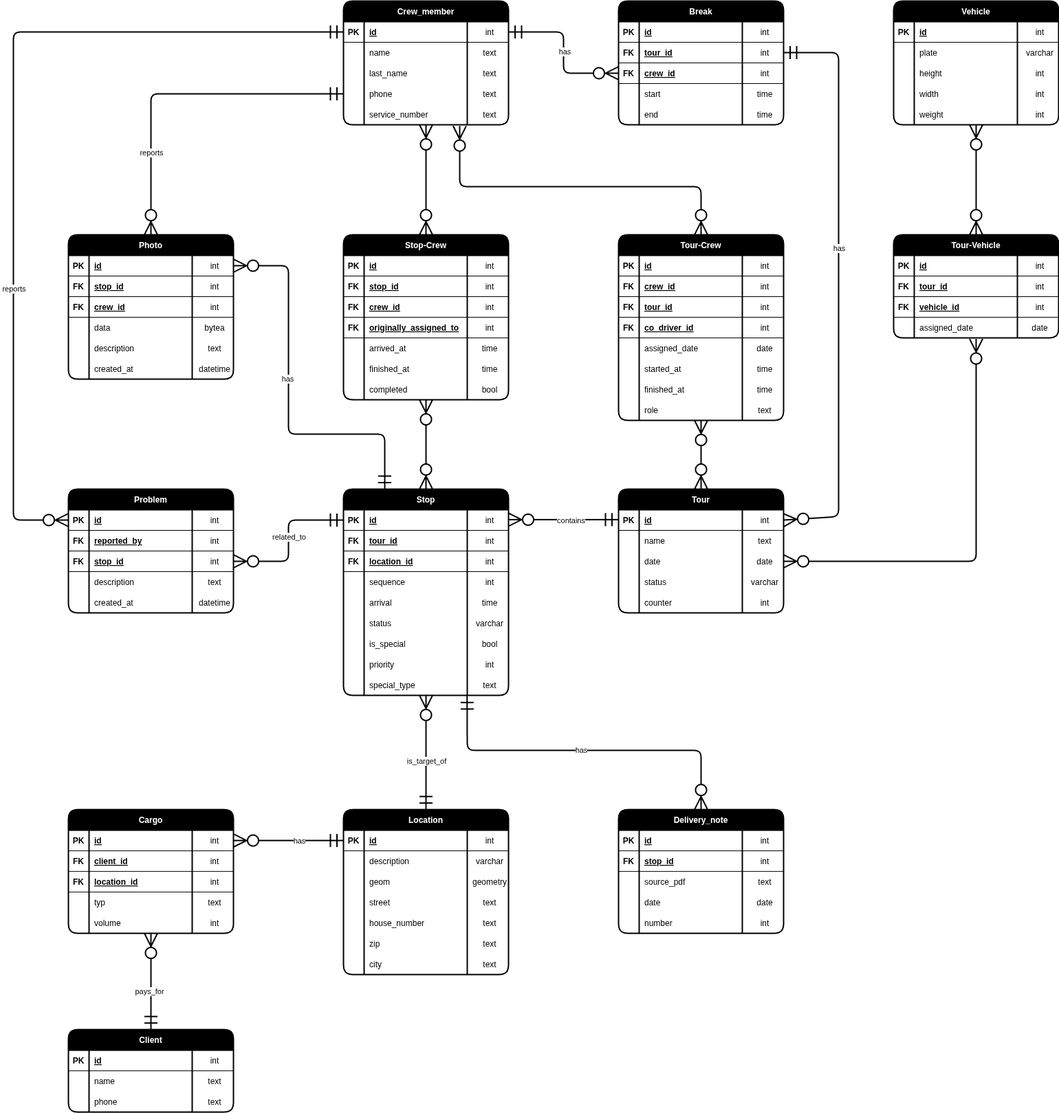
gabrielbindi/VoBi-Tour keeps this draw.io diagram as docs/database/erd.png. Above is the earlier version. Source tidied: cells renumbered, new cells last; positions are measured from the earlier drawing's top-left corner, leaving out a move shared by most shapes.
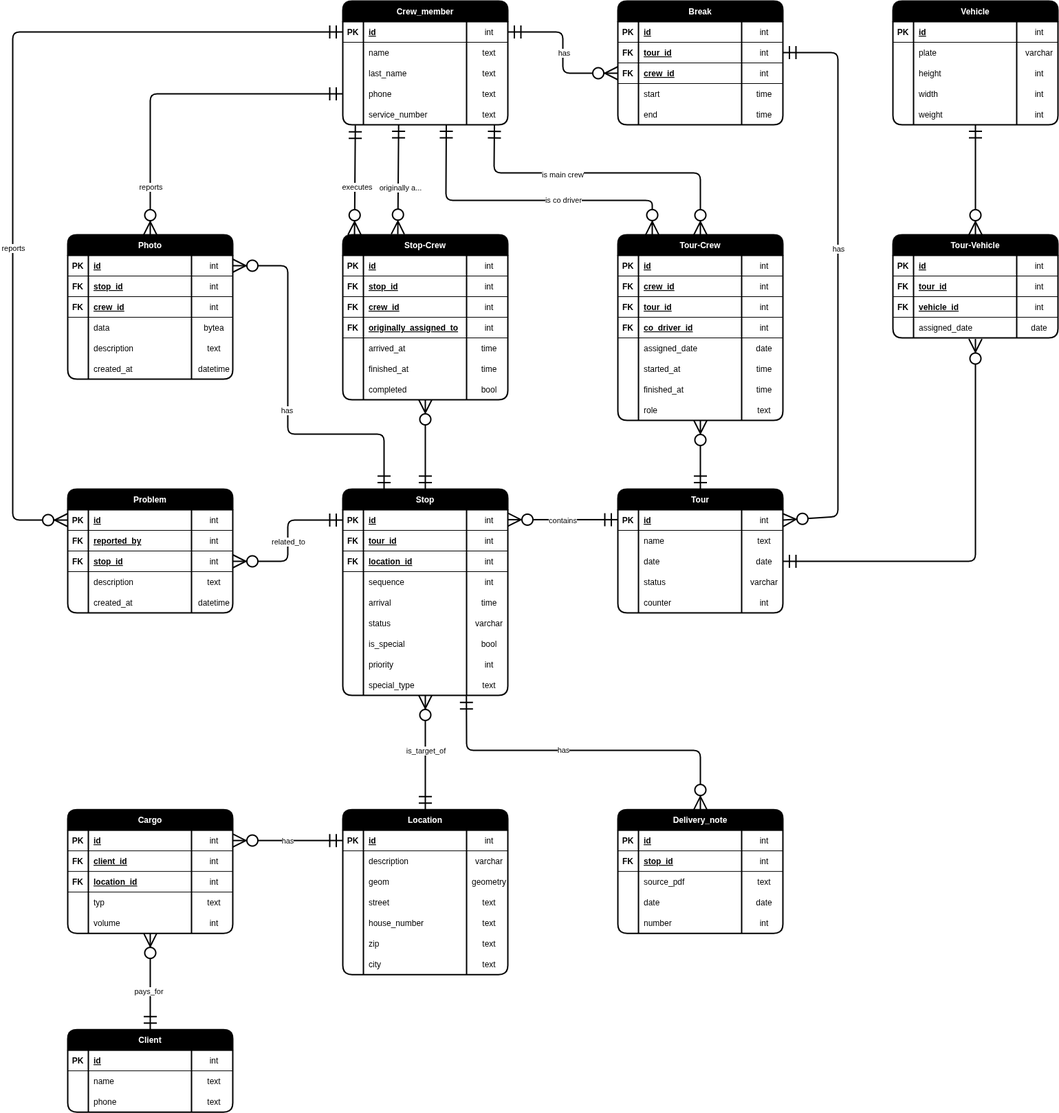
Above is the later version.

Diff of the diagram source:
```diff
@@ -264,7 +264,7 @@
     </mxCell>
     <mxCell id="87" value="reports" style="edgeLabel;html=1;align=center;verticalAlign=middle;" parent="86" vertex="1">
       <mxGeometry x="-0.13" y="1" relative="1" as="geometry">
-        <mxPoint x="-1" y="299" as="offset" />
+        <mxPoint x="-1" y="241" as="offset" />
       </mxGeometry>
     </mxCell>
     <mxCell id="88" value="Vehicle" style="shape=table;startSize=30;rowLines=0;fontStyle=1;align=center;swimlaneFillColor=none;fillColor=#000000;fontColor=#FFFFFF;strokeWidth=2;rounded=1;" parent="1" vertex="1">
@@ -560,7 +560,7 @@
     </mxCell>
     <mxCell id="185" value="has" style="edgeLabel;html=1;align=center;verticalAlign=middle;" parent="184" vertex="1">
       <mxGeometry x="-0.13" y="1" relative="1" as="geometry">
-        <mxPoint x="5" y="-1" as="offset" />
+        <mxPoint x="-11" y="-1" as="offset" />
       </mxGeometry>
     </mxCell>
     <mxCell id="186" value="Client" style="shape=table;startSize=30;rowLines=0;fontStyle=1;align=center;swimlaneFillColor=none;fillColor=#000000;fontColor=#FFFFFF;strokeWidth=2;rounded=1;" parent="1" vertex="1">
@@ -726,7 +726,7 @@
     </mxCell>
     <mxCell id="239" value="is_target_of" style="edgeLabel;html=1;align=center;verticalAlign=middle;" parent="238" vertex="1">
       <mxGeometry x="-0.13" y="1" relative="1" as="geometry">
-        <mxPoint x="1" y="1" as="offset" />
+        <mxPoint x="1" y="-14" as="offset" />
       </mxGeometry>
     </mxCell>
     <mxCell id="240" style="fontSize=12;html=1;endArrow=ERzeroToMany;startArrow=ERmandOne;entryX=1;entryY=0.5;entryDx=0;entryDy=0;endSize=16;startSize=16;targetPerimeterSpacing=0;strokeWidth=2;exitX=0;exitY=0.5;exitDx=0;exitDy=0;" parent="1" edge="1" source="202" target="74">
@@ -739,7 +739,7 @@
     </mxCell>
     <mxCell id="241" value="related_to" style="edgeLabel;html=1;align=center;verticalAlign=middle;" parent="240" vertex="1">
       <mxGeometry x="-0.13" y="1" relative="1" as="geometry">
-        <mxPoint x="-1" y="8" as="offset" />
+        <mxPoint x="-1" y="14" as="offset" />
       </mxGeometry>
     </mxCell>
     <mxCell id="242" value="Delivery_note" style="shape=table;startSize=30;rowLines=0;fontStyle=1;align=center;swimlaneFillColor=none;fillColor=#000000;fontColor=#FFFFFF;strokeWidth=2;rounded=1;" parent="1" vertex="1">
@@ -815,7 +815,7 @@
     </mxCell>
     <mxCell id="264" value="has" style="edgeLabel;html=1;align=center;verticalAlign=middle;" parent="263" vertex="1">
       <mxGeometry x="-0.13" y="1" relative="1" as="geometry">
-        <mxPoint x="24" as="offset" />
+        <mxPoint x="-1" as="offset" />
       </mxGeometry>
     </mxCell>
     <mxCell id="265" style="fontSize=12;html=1;endArrow=ERzeroToMany;startArrow=ERmandOne;entryX=1;entryY=0.5;entryDx=0;entryDy=0;endSize=16;startSize=16;targetPerimeterSpacing=0;strokeWidth=2;exitX=0;exitY=0.5;exitDx=0;exitDy=0;" parent="1" edge="1">
@@ -825,7 +825,9 @@
       </mxGeometry>
     </mxCell>
     <mxCell id="266" value="contains" style="edgeLabel;html=1;align=center;verticalAlign=middle;" parent="265" vertex="1">
-      <mxGeometry x="-0.13" y="1" relative="1" as="geometry" />
+      <mxGeometry x="-0.13" y="1" relative="1" as="geometry">
+        <mxPoint x="-11" as="offset" />
+      </mxGeometry>
     </mxCell>
     <mxCell id="267" value="Stop-Crew" style="shape=table;startSize=30;rowLines=0;fontStyle=1;align=center;swimlaneFillColor=none;fillColor=#000000;fontColor=#FFFFFF;strokeWidth=2;rounded=1;" parent="1" vertex="1">
       <mxGeometry x="480" y="340" width="240" height="240" as="geometry" />
@@ -914,10 +916,15 @@
     <mxCell id="295" value="bool" style="shape=partialRectangle;fillColor=none;top=0;left=0;bottom=0;right=0;align=center;spacingLeft=6;overflow=hidden;" parent="292" vertex="1">
       <mxGeometry x="180" width="60" height="30" as="geometry" />
     </mxCell>
-    <mxCell id="296" style="fontSize=12;html=1;endArrow=ERzeroToMany;endFill=1;startArrow=ERzeroToMany;endSize=16;startSize=16;strokeWidth=2;entryX=0.5;entryY=0;entryDx=0;entryDy=0;" parent="1" edge="1" source="2" target="267">
+    <mxCell id="296" style="fontSize=12;html=1;endArrow=ERzeroToMany;endFill=0;startArrow=ERmandOne;endSize=16;startSize=16;strokeWidth=2;entryX=0.071;entryY=0;entryDx=0;entryDy=0;startFill=0;exitX=0.076;exitY=1.026;exitDx=0;exitDy=0;exitPerimeter=0;entryPerimeter=0;" parent="1" edge="1" source="19" target="267">
       <mxGeometry relative="1" as="geometry" />
     </mxCell>
+    <mxCell id="360" value="executes" style="edgeLabel;html=1;align=center;verticalAlign=middle;" parent="296" vertex="1">
+      <mxGeometry x="-0.08" relative="1" as="geometry">
+        <mxPoint x="2" y="16" as="offset" />
+      </mxGeometry>
+    </mxCell>
-    <mxCell id="297" style="fontSize=12;html=1;endArrow=ERzeroToMany;endFill=1;startArrow=ERzeroToMany;endSize=16;startSize=16;strokeWidth=2;exitX=0.5;exitY=0;exitDx=0;exitDy=0;" parent="1" edge="1" source="201" target="267">
+    <mxCell id="297" style="fontSize=12;html=1;endArrow=ERzeroToMany;endFill=0;startArrow=ERmandOne;endSize=16;startSize=16;strokeWidth=2;exitX=0.5;exitY=0;exitDx=0;exitDy=0;startFill=0;" parent="1" edge="1" source="201" target="267">
       <mxGeometry relative="1" as="geometry" />
     </mxCell>
     <mxCell id="298" value="Tour-Vehicle" style="shape=table;startSize=30;rowLines=0;fontStyle=1;align=center;swimlaneFillColor=none;fillColor=#000000;fontColor=#FFFFFF;strokeWidth=2;rounded=1;" parent="1" vertex="1">
@@ -971,10 +978,10 @@
     <mxCell id="314" value="date" style="shape=partialRectangle;fillColor=none;top=0;left=0;bottom=0;right=0;align=center;spacingLeft=6;overflow=hidden;" parent="311" vertex="1">
       <mxGeometry x="180" width="60" height="30" as="geometry" />
     </mxCell>
-    <mxCell id="315" style="fontSize=12;html=1;endArrow=ERzeroToMany;endFill=1;startArrow=ERzeroToMany;endSize=16;startSize=16;strokeWidth=2;entryX=0.5;entryY=0;entryDx=0;entryDy=0;" parent="1" edge="1" source="88" target="298">
+    <mxCell id="315" style="fontSize=12;html=1;endArrow=ERzeroToMany;endFill=1;startArrow=ERmandOne;endSize=16;startSize=16;strokeWidth=2;entryX=0.5;entryY=0;entryDx=0;entryDy=0;startFill=0;" parent="1" edge="1" source="88" target="298">
       <mxGeometry relative="1" as="geometry" />
     </mxCell>
-    <mxCell id="316" style="fontSize=12;html=1;endArrow=ERzeroToMany;endFill=1;startArrow=ERzeroToMany;endSize=16;startSize=16;strokeWidth=2;entryX=0.5;entryY=1.051;entryDx=0;entryDy=0;exitX=1;exitY=0.5;exitDx=0;exitDy=0;entryPerimeter=0;" parent="1" edge="1" source="32" target="311">
+    <mxCell id="316" style="fontSize=12;html=1;endArrow=ERzeroToMany;endFill=1;startArrow=ERmandOne;endSize=16;startSize=16;strokeWidth=2;entryX=0.5;entryY=1.051;entryDx=0;entryDy=0;exitX=1;exitY=0.5;exitDx=0;exitDy=0;entryPerimeter=0;startFill=0;" parent="1" edge="1" source="32" target="311">
       <mxGeometry relative="1" as="geometry">
         <Array as="points">
           <mxPoint x="1400" y="815" />
@@ -1081,15 +1088,20 @@
     <mxCell id="349" value="text" style="shape=partialRectangle;fillColor=none;top=0;left=0;bottom=0;right=0;align=center;spacingLeft=6;overflow=hidden;" parent="346" vertex="1">
       <mxGeometry x="180" width="60" height="30" as="geometry" />
     </mxCell>
-    <mxCell id="350" style="fontSize=12;html=1;endArrow=ERzeroToMany;endFill=1;startArrow=ERzeroToMany;endSize=16;startSize=16;strokeWidth=2;entryX=0.704;entryY=1.059;entryDx=0;entryDy=0;exitX=0.5;exitY=0;exitDx=0;exitDy=0;entryPerimeter=0;" parent="1" edge="1" source="317" target="19">
+    <mxCell id="350" style="fontSize=12;html=1;endArrow=ERmandOne;endFill=0;startArrow=ERzeroToMany;endSize=16;startSize=16;strokeWidth=2;entryX=0.919;entryY=1.005;entryDx=0;entryDy=0;exitX=0.5;exitY=0;exitDx=0;exitDy=0;entryPerimeter=0;startFill=0;" parent="1" edge="1" source="317" target="19">
       <mxGeometry relative="1" as="geometry">
         <Array as="points">
-          <mxPoint x="1000" y="270" />
-          <mxPoint x="649" y="270" />
+          <mxPoint x="1000" y="250" />
+          <mxPoint x="700" y="250" />
         </Array>
       </mxGeometry>
     </mxCell>
+    <mxCell id="361" value="is main crew" style="edgeLabel;html=1;align=center;verticalAlign=middle;" parent="350" vertex="1">
+      <mxGeometry x="0.08" y="2" relative="1" as="geometry">
+        <mxPoint x="-42" as="offset" />
+      </mxGeometry>
+    </mxCell>
-    <mxCell id="351" style="fontSize=12;html=1;endArrow=ERzeroToMany;endFill=1;startArrow=ERzeroToMany;endSize=16;startSize=16;strokeWidth=2;entryX=0.5;entryY=0;entryDx=0;entryDy=0;" parent="1" edge="1" source="317" target="23">
+    <mxCell id="351" style="fontSize=12;html=1;endArrow=ERmandOne;endFill=0;startArrow=ERzeroToMany;endSize=16;startSize=16;strokeWidth=2;entryX=0.5;entryY=0;entryDx=0;entryDy=0;startFill=0;" parent="1" edge="1" source="317" target="23">
       <mxGeometry relative="1" as="geometry" />
     </mxCell>
     <mxCell id="352" style="fontSize=12;html=1;endArrow=ERzeroToMany;startArrow=ERmandOne;entryX=0.5;entryY=0;entryDx=0;entryDy=0;endSize=16;startSize=16;targetPerimeterSpacing=0;strokeWidth=2;exitX=0;exitY=0.5;exitDx=0;exitDy=0;" parent="1" edge="1" source="15" target="109">
@@ -1101,7 +1113,7 @@
     </mxCell>
     <mxCell id="353" value="reports" style="edgeLabel;html=1;align=center;verticalAlign=middle;" parent="352" vertex="1">
       <mxGeometry x="-0.13" y="1" relative="1" as="geometry">
-        <mxPoint x="-68" y="84" as="offset" />
+        <mxPoint x="-68" y="134" as="offset" />
       </mxGeometry>
     </mxCell>
     <mxCell id="354" style="fontSize=12;html=1;endArrow=ERzeroToMany;startArrow=ERmandOne;endSize=16;startSize=16;targetPerimeterSpacing=0;strokeWidth=2;exitX=0.25;exitY=0;exitDx=0;exitDy=0;entryX=1;entryY=0.5;entryDx=0;entryDy=0;" parent="1" edge="1" source="201" target="110">
@@ -1115,7 +1127,7 @@
     </mxCell>
     <mxCell id="355" value="has" style="edgeLabel;html=1;align=center;verticalAlign=middle;" parent="354" vertex="1">
       <mxGeometry x="-0.13" y="1" relative="1" as="geometry">
-        <mxPoint x="-1" y="-63" as="offset" />
+        <mxPoint x="-1" y="-17" as="offset" />
       </mxGeometry>
     </mxCell>
     <mxCell id="356" style="fontSize=12;html=1;endArrow=ERzeroToMany;startArrow=ERmandOne;endSize=16;startSize=16;targetPerimeterSpacing=0;strokeWidth=2;entryX=1;entryY=0.5;entryDx=0;entryDy=0;exitX=1;exitY=0.5;exitDx=0;exitDy=0;" parent="1" edge="1" source="49" target="24">
@@ -1141,8 +1153,34 @@
     </mxCell>
     <mxCell id="359" value="has" style="edgeLabel;html=1;align=center;verticalAlign=middle;" parent="358" vertex="1">
       <mxGeometry x="-0.13" y="1" relative="1" as="geometry">
-        <mxPoint y="12" as="offset" />
+        <mxPoint y="14" as="offset" />
       </mxGeometry>
     </mxCell>
+    <mxCell id="362" style="fontSize=12;html=1;endArrow=ERzeroToMany;endFill=0;startArrow=ERmandOne;endSize=16;startSize=16;strokeWidth=2;entryX=0.071;entryY=0;entryDx=0;entryDy=0;startFill=0;exitX=0.076;exitY=1.026;exitDx=0;exitDy=0;exitPerimeter=0;entryPerimeter=0;" parent="1" edge="1">
+      <mxGeometry relative="1" as="geometry">
+        <mxPoint x="561.2" y="180" as="sourcePoint" />
+        <mxPoint x="560" y="339.2" as="targetPoint" />
+      </mxGeometry>
+    </mxCell>
+    <mxCell id="363" value="originally a..." style="edgeLabel;html=1;align=center;verticalAlign=middle;" parent="362" vertex="1">
+      <mxGeometry x="-0.11" y="3" relative="1" as="geometry">
+        <mxPoint y="19" as="offset" />
+      </mxGeometry>
+    </mxCell>
+    <mxCell id="364" style="fontSize=12;html=1;endArrow=ERmandOne;endFill=0;startArrow=ERzeroToMany;endSize=16;startSize=16;strokeWidth=2;entryX=0.919;entryY=1.005;entryDx=0;entryDy=0;exitX=0.5;exitY=0;exitDx=0;exitDy=0;entryPerimeter=0;startFill=0;" parent="1" edge="1">
+      <mxGeometry relative="1" as="geometry">
+        <mxPoint x="930" y="339.9" as="sourcePoint" />
+        <mxPoint x="630.6" y="180" as="targetPoint" />
+        <Array as="points">
+          <mxPoint x="930" y="290" />
+          <mxPoint x="630" y="290" />
+        </Array>
+      </mxGeometry>
+    </mxCell>
+    <mxCell id="365" value="is co driver" style="edgeLabel;html=1;align=center;verticalAlign=middle;" parent="364" vertex="1">
+      <mxGeometry x="-0.27" y="-1" relative="1" as="geometry">
+        <mxPoint x="-13" as="offset" />
+      </mxGeometry>
+    </mxCell>
   </root>
 </mxGraphModel>
```
